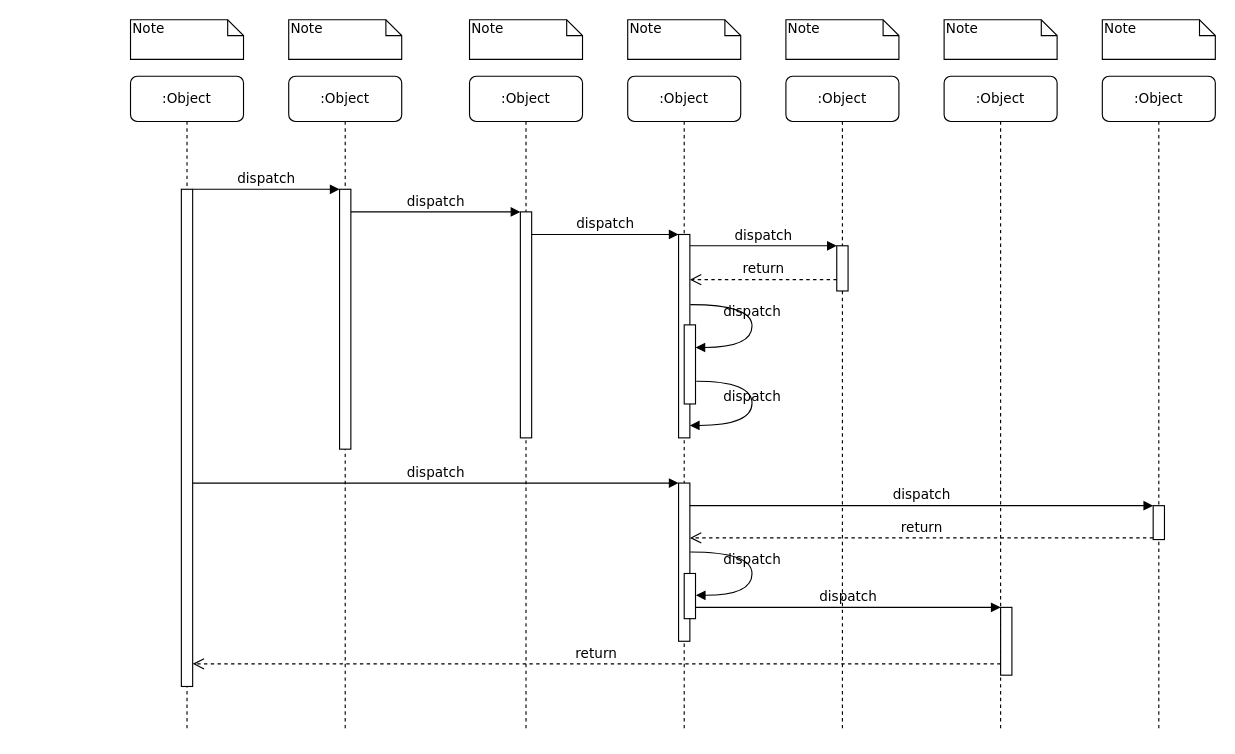
Before: 시퀀스다이어그램 찐막.drawio in ls-hyun0929/Term_Project_19, a draw.io diagram. Source tidied: cells renumbered, new cells numbered last; positions are measured from the earlier drawing's top-left corner, leaving out a move shared by most shapes. Both pictures are drawn from the tidied source at 113%, with x=0, y=0 at pixel (130, 19).
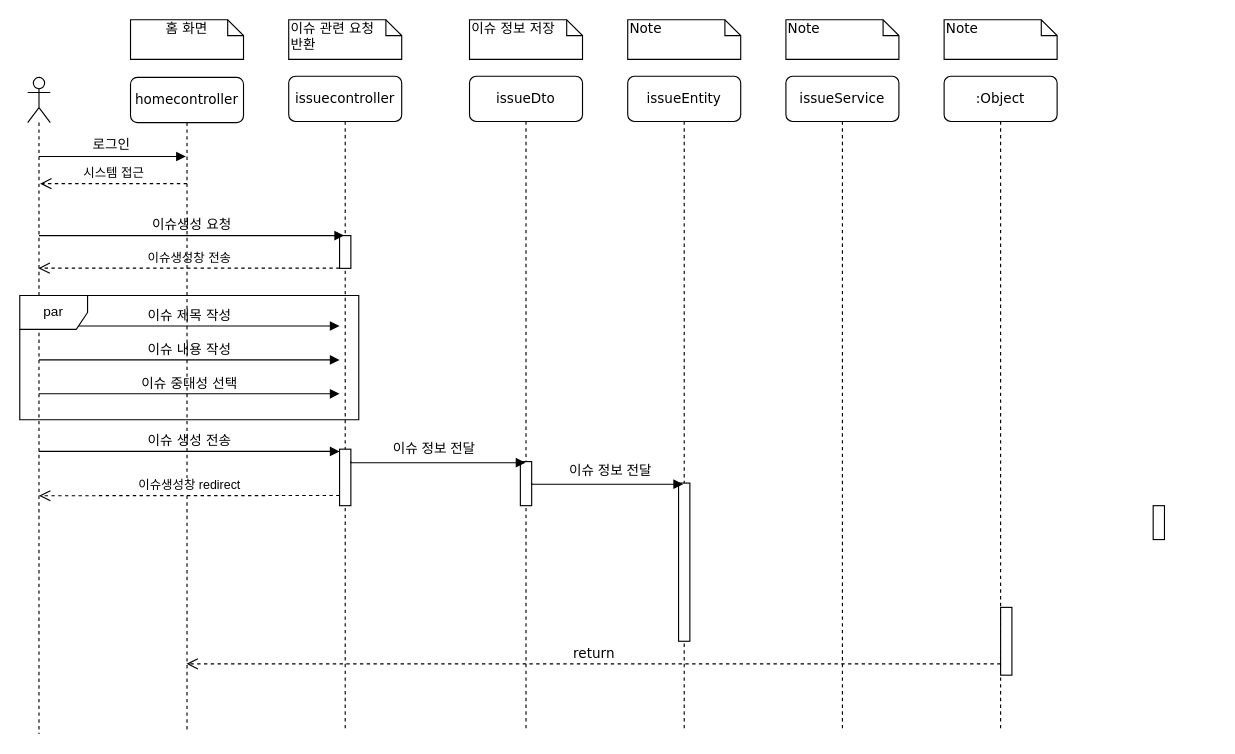
The same diagram, later.

Commit message (it also covers changes not shown here):
시퀀스다이어그램 찐막.drawio 업데이트

The change refers to these unchanged cells:
```xml
<mxCell id="17" style="html=1;points=[];perimeter=orthogonalPerimeter;rounded=0;shadow=0;comic=0;labelBackgroundColor=none;strokeWidth=1;fontFamily=Verdana;fontSize=12;align=center;" parent="1" vertex="1">
  <mxGeometry x="485" y="410" width="10" height="140" as="geometry" />
</mxCell>
<mxCell id="19" style="html=1;points=[];perimeter=orthogonalPerimeter;rounded=0;shadow=0;comic=0;labelBackgroundColor=none;strokeColor=#000000;strokeWidth=1;fillColor=#FFFFFF;fontFamily=Verdana;fontSize=12;fontColor=#000000;align=center;" parent="1" vertex="1">
  <mxGeometry x="905" y="430" width="10" height="30" as="geometry" />
</mxCell>
<mxCell id="22" style="html=1;points=[];perimeter=orthogonalPerimeter;rounded=0;shadow=0;comic=0;labelBackgroundColor=none;strokeWidth=1;fontFamily=Verdana;fontSize=12;align=center;" parent="1" vertex="1">
  <mxGeometry x="770" y="520" width="10" height="60" as="geometry" />
</mxCell>
```

The edit, as a diff of the source:
```diff
@@
-    <mxCell id="2" value=":Object" style="shape=umlLifeline;perimeter=lifelinePerimeter;whiteSpace=wrap;html=1;rounded=1;shadow=0;comic=0;labelBackgroundColor=none;strokeWidth=1;fontFamily=Verdana;fontSize=12;align=center;" parent="1" vertex="1">
+    <mxCell id="2" value="issuecontroller" style="shape=umlLifeline;perimeter=lifelinePerimeter;whiteSpace=wrap;html=1;rounded=1;shadow=0;comic=0;labelBackgroundColor=none;strokeWidth=1;fontFamily=Verdana;fontSize=12;align=center;" parent="1" vertex="1">
       <mxGeometry x="140" y="50" width="100" height="580" as="geometry" />
     </mxCell>
     <mxCell id="3" style="html=1;points=[];perimeter=orthogonalPerimeter;rounded=0;shadow=0;comic=0;labelBackgroundColor=none;strokeWidth=1;fontFamily=Verdana;fontSize=12;align=center;" parent="2" vertex="1">
-      <mxGeometry x="45" y="100" width="10" height="230" as="geometry" />
+      <mxGeometry x="45" y="141" width="10" height="29" as="geometry" />
     </mxCell>
+    <mxCell id="39" value="이슈생성창 전송" style="html=1;verticalAlign=bottom;endArrow=open;dashed=1;endSize=8;curved=0;rounded=0;" parent="2" edge="1" target="46">
+      <mxGeometry relative="1" as="geometry">
+        <mxPoint x="45" y="169.8" as="sourcePoint" />
+      </mxGeometry>
+    </mxCell>
+    <mxCell id="40" value="이슈 제목 작성" style="html=1;verticalAlign=bottom;endArrow=block;labelBackgroundColor=none;fontFamily=Verdana;fontSize=12;" parent="2" edge="1" source="46">
+      <mxGeometry relative="1" as="geometry">
+        <mxPoint x="45" y="221" as="targetPoint" />
+      </mxGeometry>
+    </mxCell>
+    <mxCell id="41" style="html=1;perimeter=orthogonalPerimeter;rounded=0;shadow=0;comic=0;labelBackgroundColor=none;strokeWidth=1;fontFamily=Verdana;fontSize=12;align=center;" parent="2" vertex="1">
+      <mxGeometry x="45" y="330" width="10" height="50" as="geometry" />
+    </mxCell>
-    <mxCell id="4" value=":Object" style="shape=umlLifeline;perimeter=lifelinePerimeter;whiteSpace=wrap;html=1;outlineConnect=0;rounded=1;shadow=0;comic=0;labelBackgroundColor=none;strokeWidth=1;fontFamily=Verdana;fontSize=12;align=center;" parent="1" vertex="1">
+    <mxCell id="4" value="issueDto" style="shape=umlLifeline;perimeter=lifelinePerimeter;whiteSpace=wrap;html=1;outlineConnect=0;rounded=1;shadow=0;comic=0;labelBackgroundColor=none;strokeWidth=1;fontFamily=Verdana;fontSize=12;align=center;" parent="1" vertex="1">
       <mxGeometry x="300" y="50" width="100" height="580" as="geometry" />
     </mxCell>
     <mxCell id="5" style="html=1;points=[];perimeter=orthogonalPerimeter;rounded=0;shadow=0;comic=0;labelBackgroundColor=none;strokeWidth=1;fontFamily=Verdana;fontSize=12;align=center;" parent="4" vertex="1">
-      <mxGeometry x="45" y="120" width="10" height="200" as="geometry" />
+      <mxGeometry x="45" y="341" width="10" height="39" as="geometry" />
     </mxCell>
+    <mxCell id="42" style="endArrow=block;endFill=1;html=1;edgeStyle=orthogonalEdgeStyle;align=left;verticalAlign=top;rounded=0;" parent="4" edge="1" target="4">
+      <mxGeometry x="-1" relative="1" as="geometry">
+        <mxPoint x="-105" y="341" as="sourcePoint" />
+        <Array as="points">
+          <mxPoint x="-105" y="342" />
+        </Array>
+      </mxGeometry>
+    </mxCell>
-    <mxCell id="6" value=":Object" style="shape=umlLifeline;perimeter=lifelinePerimeter;whiteSpace=wrap;html=1;rounded=1;shadow=0;comic=0;labelBackgroundColor=none;strokeWidth=1;fontFamily=Verdana;fontSize=12;align=center;" parent="1" vertex="1">
+    <mxCell id="6" value="issueEntity" style="shape=umlLifeline;perimeter=lifelinePerimeter;whiteSpace=wrap;html=1;rounded=1;shadow=0;comic=0;labelBackgroundColor=none;strokeWidth=1;fontFamily=Verdana;fontSize=12;align=center;" parent="1" vertex="1">
       <mxGeometry x="440" y="50" width="100" height="580" as="geometry" />
     </mxCell>
-    <mxCell id="7" value=":Object" style="shape=umlLifeline;perimeter=lifelinePerimeter;whiteSpace=wrap;html=1;rounded=1;shadow=0;comic=0;labelBackgroundColor=none;strokeWidth=1;fontFamily=Verdana;fontSize=12;align=center;" parent="1" vertex="1">
+    <mxCell id="7" value="issueService" style="shape=umlLifeline;perimeter=lifelinePerimeter;whiteSpace=wrap;html=1;rounded=1;shadow=0;comic=0;labelBackgroundColor=none;strokeWidth=1;fontFamily=Verdana;fontSize=12;align=center;" parent="1" vertex="1">
       <mxGeometry x="580" y="50" width="100" height="580" as="geometry" />
     </mxCell>
@@
-    <mxCell id="9" value=":Object" style="shape=umlLifeline;perimeter=lifelinePerimeter;whiteSpace=wrap;html=1;rounded=1;shadow=0;comic=0;labelBackgroundColor=none;strokeWidth=1;fontFamily=Verdana;fontSize=12;align=center;" parent="1" vertex="1">
-      <mxGeometry x="860" y="50" width="100" height="580" as="geometry" />
-    </mxCell>
-    <mxCell id="10" value=":Object" style="shape=umlLifeline;perimeter=lifelinePerimeter;whiteSpace=wrap;html=1;outlineConnect=0;rounded=1;shadow=0;comic=0;labelBackgroundColor=none;strokeWidth=1;fontFamily=Verdana;fontSize=12;align=center;" parent="1" vertex="1">
-      <mxGeometry y="50" width="100" height="580" as="geometry" />
+    <mxCell id="10" value="homecontroller" style="shape=umlLifeline;perimeter=lifelinePerimeter;whiteSpace=wrap;html=1;outlineConnect=0;rounded=1;shadow=0;comic=0;labelBackgroundColor=none;strokeWidth=1;fontFamily=Verdana;fontSize=12;align=center;" parent="1" vertex="1">
+      <mxGeometry y="51" width="100" height="580" as="geometry" />
     </mxCell>
-    <mxCell id="11" style="html=1;points=[];perimeter=orthogonalPerimeter;rounded=0;shadow=0;comic=0;labelBackgroundColor=none;strokeWidth=1;fontFamily=Verdana;fontSize=12;align=center;" parent="10" vertex="1">
-      <mxGeometry x="45" y="100" width="10" height="440" as="geometry" />
-    </mxCell>
-    <mxCell id="12" style="html=1;points=[];perimeter=orthogonalPerimeter;rounded=0;shadow=0;comic=0;labelBackgroundColor=none;strokeWidth=1;fontFamily=Verdana;fontSize=12;align=center;" parent="1" vertex="1">
-      <mxGeometry x="485" y="190" width="10" height="180" as="geometry" />
-    </mxCell>
-    <mxCell id="13" value="dispatch" style="html=1;verticalAlign=bottom;endArrow=block;labelBackgroundColor=none;fontFamily=Verdana;fontSize=12;edgeStyle=elbowEdgeStyle;elbow=vertical;" parent="1" edge="1" source="5" target="12">
-      <mxGeometry relative="1" as="geometry">
-        <Array as="points">
-          <mxPoint x="360" y="190" />
-        </Array>
-      </mxGeometry>
-    </mxCell>
-    <mxCell id="14" style="html=1;points=[];perimeter=orthogonalPerimeter;rounded=0;shadow=0;comic=0;labelBackgroundColor=none;strokeWidth=1;fontFamily=Verdana;fontSize=12;align=center;" parent="1" vertex="1">
-      <mxGeometry x="625" y="200" width="10" height="40" as="geometry" />
-    </mxCell>
-    <mxCell id="15" value="dispatch" style="html=1;verticalAlign=bottom;endArrow=block;entryX=0;entryY=0;labelBackgroundColor=none;fontFamily=Verdana;fontSize=12;edgeStyle=elbowEdgeStyle;elbow=vertical;" parent="1" edge="1" source="12" target="14">
-      <mxGeometry relative="1" as="geometry" />
-    </mxCell>
-    <mxCell id="16" value="return" style="html=1;verticalAlign=bottom;endArrow=open;dashed=1;endSize=8;labelBackgroundColor=none;fontFamily=Verdana;fontSize=12;edgeStyle=elbowEdgeStyle;elbow=vertical;" parent="1" edge="1" source="14" target="12">
-      <mxGeometry relative="1" as="geometry">
-        <Array as="points">
-          <mxPoint x="570" y="230" />
-          <mxPoint x="600" y="230" />
-        </Array>
-      </mxGeometry>
-    </mxCell>
+    <mxCell id="43" value="시스템 접근" style="html=1;verticalAlign=bottom;endArrow=open;dashed=1;endSize=8;curved=0;rounded=0;" parent="10" edge="1">
+      <mxGeometry relative="1" as="geometry">
+        <mxPoint x="50" y="94" as="sourcePoint" />
+        <mxPoint x="-80" y="94" as="targetPoint" />
+      </mxGeometry>
+    </mxCell>
+    <mxCell id="44" value="이슈생성 요청" style="html=1;verticalAlign=bottom;endArrow=block;labelBackgroundColor=none;fontFamily=Verdana;fontSize=12;" parent="10" edge="1">
+      <mxGeometry relative="1" as="geometry">
+        <mxPoint x="-81" y="140" as="sourcePoint" />
+        <mxPoint x="189" y="140" as="targetPoint" />
+      </mxGeometry>
+    </mxCell>
+    <mxCell id="45" value="이슈 중대성 선택" style="html=1;verticalAlign=bottom;endArrow=block;labelBackgroundColor=none;fontFamily=Verdana;fontSize=12;" parent="10" edge="1">
+      <mxGeometry relative="1" as="geometry">
+        <mxPoint x="-81" y="280" as="sourcePoint" />
+        <mxPoint x="185" y="280" as="targetPoint" />
+      </mxGeometry>
+    </mxCell>
@@
-    <mxCell id="18" value="dispatch" style="html=1;verticalAlign=bottom;endArrow=block;entryX=0;entryY=0;labelBackgroundColor=none;fontFamily=Verdana;fontSize=12;" parent="1" edge="1" source="11" target="17">
-      <mxGeometry relative="1" as="geometry" />
-    </mxCell>
@@
-    <mxCell id="20" value="dispatch" style="html=1;verticalAlign=bottom;endArrow=block;entryX=0;entryY=0;labelBackgroundColor=none;fontFamily=Verdana;fontSize=12;" parent="1" edge="1" source="17" target="19">
-      <mxGeometry relative="1" as="geometry" />
-    </mxCell>
-    <mxCell id="21" value="return" style="html=1;verticalAlign=bottom;endArrow=open;dashed=1;endSize=8;exitX=0;exitY=0.95;labelBackgroundColor=none;fontFamily=Verdana;fontSize=12;" parent="1" edge="1" source="19" target="17">
-      <mxGeometry relative="1" as="geometry" />
-    </mxCell>
@@
-    <mxCell id="23" value="dispatch" style="html=1;verticalAlign=bottom;endArrow=block;entryX=0;entryY=0;labelBackgroundColor=none;fontFamily=Verdana;fontSize=12;edgeStyle=elbowEdgeStyle;elbow=vertical;" parent="1" edge="1" source="30" target="22">
-      <mxGeometry relative="1" as="geometry" />
-    </mxCell>
-    <mxCell id="24" value="return" style="html=1;verticalAlign=bottom;endArrow=open;dashed=1;endSize=8;labelBackgroundColor=none;fontFamily=Verdana;fontSize=12;edgeStyle=elbowEdgeStyle;elbow=vertical;" parent="1" edge="1" source="22" target="11">
+    <mxCell id="24" value="return" style="html=1;verticalAlign=bottom;endArrow=open;dashed=1;endSize=8;labelBackgroundColor=none;fontFamily=Verdana;fontSize=12;edgeStyle=elbowEdgeStyle;elbow=vertical;" parent="1" edge="1" source="22" target="10">
       <mxGeometry relative="1" as="geometry">
         <Array as="points">
           <mxPoint x="470" y="570" />
         </Array>
       </mxGeometry>
     </mxCell>
-    <mxCell id="25" value="dispatch" style="html=1;verticalAlign=bottom;endArrow=block;entryX=0;entryY=0;labelBackgroundColor=none;fontFamily=Verdana;fontSize=12;edgeStyle=elbowEdgeStyle;elbow=vertical;" parent="1" edge="1" source="11" target="3">
-      <mxGeometry relative="1" as="geometry" />
-    </mxCell>
-    <mxCell id="26" value="dispatch" style="html=1;verticalAlign=bottom;endArrow=block;entryX=0;entryY=0;labelBackgroundColor=none;fontFamily=Verdana;fontSize=12;edgeStyle=elbowEdgeStyle;elbow=vertical;" parent="1" edge="1" source="3" target="5">
-      <mxGeometry relative="1" as="geometry" />
-    </mxCell>
-    <mxCell id="27" style="html=1;points=[];perimeter=orthogonalPerimeter;rounded=0;shadow=0;comic=0;labelBackgroundColor=none;strokeWidth=1;fontFamily=Verdana;fontSize=12;align=center;" parent="1" vertex="1">
-      <mxGeometry x="490" y="270" width="10" height="70" as="geometry" />
-    </mxCell>
-    <mxCell id="28" value="dispatch" style="html=1;verticalAlign=bottom;endArrow=block;labelBackgroundColor=none;fontFamily=Verdana;fontSize=12;elbow=vertical;edgeStyle=orthogonalEdgeStyle;curved=1;entryX=1;entryY=0.286;entryPerimeter=0;exitX=1.038;exitY=0.345;exitPerimeter=0;" parent="1" edge="1" source="12" target="27">
-      <mxGeometry relative="1" as="geometry">
-        <Array as="points">
-          <mxPoint x="550" y="252" />
-          <mxPoint x="550" y="290" />
-        </Array>
-      </mxGeometry>
-    </mxCell>
-    <mxCell id="29" value="dispatch" style="html=1;verticalAlign=bottom;endArrow=block;labelBackgroundColor=none;fontFamily=Verdana;fontSize=12;elbow=vertical;edgeStyle=orthogonalEdgeStyle;curved=1;exitX=1.066;exitY=0.713;exitPerimeter=0;" parent="1" edge="1" source="27">
-      <mxGeometry relative="1" as="geometry">
-        <mxPoint x="495" y="359" as="targetPoint" />
-        <Array as="points">
-          <mxPoint x="550" y="320" />
-          <mxPoint x="550" y="359" />
-        </Array>
-      </mxGeometry>
-    </mxCell>
-    <mxCell id="30" style="html=1;points=[];perimeter=orthogonalPerimeter;rounded=0;shadow=0;comic=0;labelBackgroundColor=none;strokeWidth=1;fontFamily=Verdana;fontSize=12;align=center;" parent="1" vertex="1">
-      <mxGeometry x="490" y="490" width="10" height="40" as="geometry" />
-    </mxCell>
-    <mxCell id="31" value="dispatch" style="html=1;verticalAlign=bottom;endArrow=block;labelBackgroundColor=none;fontFamily=Verdana;fontSize=12;elbow=vertical;edgeStyle=orthogonalEdgeStyle;curved=1;entryX=1;entryY=0.286;entryPerimeter=0;exitX=1.038;exitY=0.345;exitPerimeter=0;" parent="1" edge="1">
-      <mxGeometry relative="1" as="geometry">
-        <mxPoint x="495.3" y="471" as="sourcePoint" />
-        <mxPoint x="500.3" y="509.3" as="targetPoint" />
-        <Array as="points">
-          <mxPoint x="550" y="471" />
-          <mxPoint x="550" y="509" />
-        </Array>
-      </mxGeometry>
-    </mxCell>
-    <mxCell id="32" value="Note" style="shape=note;whiteSpace=wrap;html=1;size=14;verticalAlign=top;align=left;spacingTop=-6;rounded=0;shadow=0;comic=0;labelBackgroundColor=none;strokeWidth=1;fontFamily=Verdana;fontSize=12;" parent="1" vertex="1">
+    <mxCell id="32" value="홈 화면" style="shape=note;whiteSpace=wrap;html=1;size=14;verticalAlign=top;align=center;spacingTop=-6;rounded=0;shadow=0;comic=0;labelBackgroundColor=none;strokeWidth=1;fontFamily=Verdana;fontSize=12;" parent="1" vertex="1">
       <mxGeometry width="100" height="35" as="geometry" />
     </mxCell>
-    <mxCell id="33" value="Note" style="shape=note;whiteSpace=wrap;html=1;size=14;verticalAlign=top;align=left;spacingTop=-6;rounded=0;shadow=0;comic=0;labelBackgroundColor=none;strokeWidth=1;fontFamily=Verdana;fontSize=12;" parent="1" vertex="1">
+    <mxCell id="33" value="&lt;div&gt;이슈 관련 요청&lt;/div&gt;&lt;div&gt;반환&lt;br&gt;&lt;/div&gt;" style="shape=note;whiteSpace=wrap;html=1;size=14;verticalAlign=top;align=left;spacingTop=-6;rounded=0;shadow=0;comic=0;labelBackgroundColor=none;strokeWidth=1;fontFamily=Verdana;fontSize=12;" parent="1" vertex="1">
       <mxGeometry x="140" width="100" height="35" as="geometry" />
     </mxCell>
-    <mxCell id="34" value="Note" style="shape=note;whiteSpace=wrap;html=1;size=14;verticalAlign=top;align=left;spacingTop=-6;rounded=0;shadow=0;comic=0;labelBackgroundColor=none;strokeWidth=1;fontFamily=Verdana;fontSize=12;" parent="1" vertex="1">
+    <mxCell id="34" value="이슈 정보 저장" style="shape=note;whiteSpace=wrap;html=1;size=14;verticalAlign=top;align=left;spacingTop=-6;rounded=0;shadow=0;comic=0;labelBackgroundColor=none;strokeWidth=1;fontFamily=Verdana;fontSize=12;" parent="1" vertex="1">
       <mxGeometry x="300" width="100" height="35" as="geometry" />
     </mxCell>
@@
-    <mxCell id="38" value="Note" style="shape=note;whiteSpace=wrap;html=1;size=14;verticalAlign=top;align=left;spacingTop=-6;rounded=0;shadow=0;comic=0;labelBackgroundColor=none;strokeWidth=1;fontFamily=Verdana;fontSize=12;" parent="1" vertex="1">
-      <mxGeometry x="860" width="100" height="35" as="geometry" />
-    </mxCell>
+    <mxCell id="46" style="shape=umlLifeline;perimeter=lifelinePerimeter;whiteSpace=wrap;html=1;outlineConnect=0;portConstraint=eastwest;newEdgeStyle={&quot;curved&quot;:0,&quot;rounded&quot;:0};participant=umlActor;" parent="1" vertex="1">
+      <mxGeometry x="-91" y="51" width="20" height="581" as="geometry" />
+    </mxCell>
+    <mxCell id="47" style="group;" parent="1" vertex="1">
+      <mxGeometry x="-81" y="101" width="130" height="20" as="geometry" />
+    </mxCell>
+    <mxCell id="48" style="endArrow=block;endFill=1;html=1;edgeStyle=orthogonalEdgeStyle;align=left;verticalAlign=top;rounded=0;" parent="47" edge="1">
+      <mxGeometry x="-1" relative="1" as="geometry">
+        <mxPoint y="20" as="sourcePoint" />
+        <mxPoint x="130" y="20" as="targetPoint" />
+      </mxGeometry>
+    </mxCell>
+    <mxCell id="49" value="로그인" style="text;strokeColor=none;align=center;fillColor=none;html=1;verticalAlign=middle;whiteSpace=wrap;rounded=0;" parent="47" vertex="1">
+      <mxGeometry x="40" width="49" height="20" as="geometry" />
+    </mxCell>
+    <mxCell id="50" value="이슈생성창 redirect" style="html=1;verticalAlign=bottom;endArrow=open;dashed=1;endSize=8;curved=0;rounded=0;" parent="1" edge="1">
+      <mxGeometry relative="1" as="geometry">
+        <mxPoint x="185" y="421" as="sourcePoint" />
+        <mxPoint x="-81" y="421.2" as="targetPoint" />
+      </mxGeometry>
+    </mxCell>
+    <mxCell id="51" value="이슈 내용 작성" style="html=1;verticalAlign=bottom;endArrow=block;labelBackgroundColor=none;fontFamily=Verdana;fontSize=12;" parent="1" edge="1">
+      <mxGeometry relative="1" as="geometry">
+        <mxPoint x="-81" y="301" as="sourcePoint" />
+        <mxPoint x="185" y="301" as="targetPoint" />
+      </mxGeometry>
+    </mxCell>
+    <mxCell id="52" value="이슈 생성 전송" style="html=1;verticalAlign=bottom;endArrow=block;labelBackgroundColor=none;fontFamily=Verdana;fontSize=12;" parent="1" edge="1">
+      <mxGeometry relative="1" as="geometry">
+        <mxPoint x="-81" y="382" as="sourcePoint" />
+        <mxPoint x="185" y="382" as="targetPoint" />
+      </mxGeometry>
+    </mxCell>
+    <mxCell id="53" value="par" style="shape=umlFrame;whiteSpace=wrap;html=1;" parent="1" vertex="1">
+      <mxGeometry x="-98" y="244" width="300" height="110" as="geometry" />
+    </mxCell>
+    <mxCell id="54" style="group;" parent="1" vertex="1">
+      <mxGeometry x="199" y="371" width="130" height="20" as="geometry" />
+    </mxCell>
+    <mxCell id="55" value="이슈 정보 전달" style="text;strokeColor=none;align=center;fillColor=none;html=1;verticalAlign=middle;whiteSpace=wrap;rounded=0;" parent="54" vertex="1">
+      <mxGeometry x="30" y="-1" width="80" height="20" as="geometry" />
+    </mxCell>
+    <mxCell id="56" style="group;" parent="1" vertex="1">
+      <mxGeometry x="355" y="390" width="130" height="20" as="geometry" />
+    </mxCell>
+    <mxCell id="57" value="이슈 정보 전달" style="text;strokeColor=none;align=center;fillColor=none;html=1;verticalAlign=middle;whiteSpace=wrap;rounded=0;" parent="56" vertex="1">
+      <mxGeometry x="30" y="-1" width="80" height="20" as="geometry" />
+    </mxCell>
+    <mxCell id="58" style="endArrow=block;endFill=1;html=1;edgeStyle=orthogonalEdgeStyle;align=left;verticalAlign=top;rounded=0;" parent="56" edge="1">
+      <mxGeometry x="-1" relative="1" as="geometry">
+        <mxPoint y="20" as="sourcePoint" />
+        <mxPoint x="134" y="21" as="targetPoint" />
+        <Array as="points">
+          <mxPoint y="21" />
+        </Array>
+      </mxGeometry>
+    </mxCell>
```
